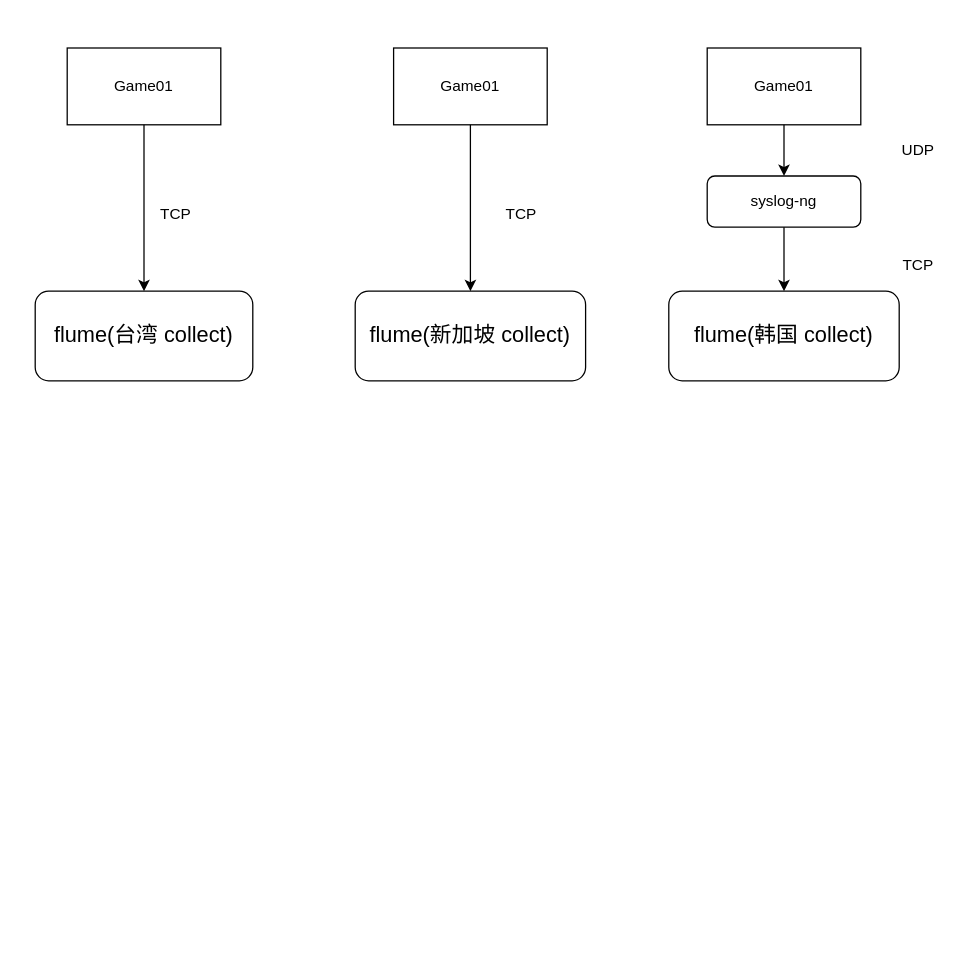
Earlier version of the draw.io diagram map/flume-architecture.drawio (imperio-wxm/draw). Source tidied: cells renumbered, new cells numbered last; positions are measured from the earlier drawing's top-left corner, leaving out a move shared by most shapes. Both pictures are drawn from the tidied source at 128%, with x=0, y=0 at pixel (35, 47).
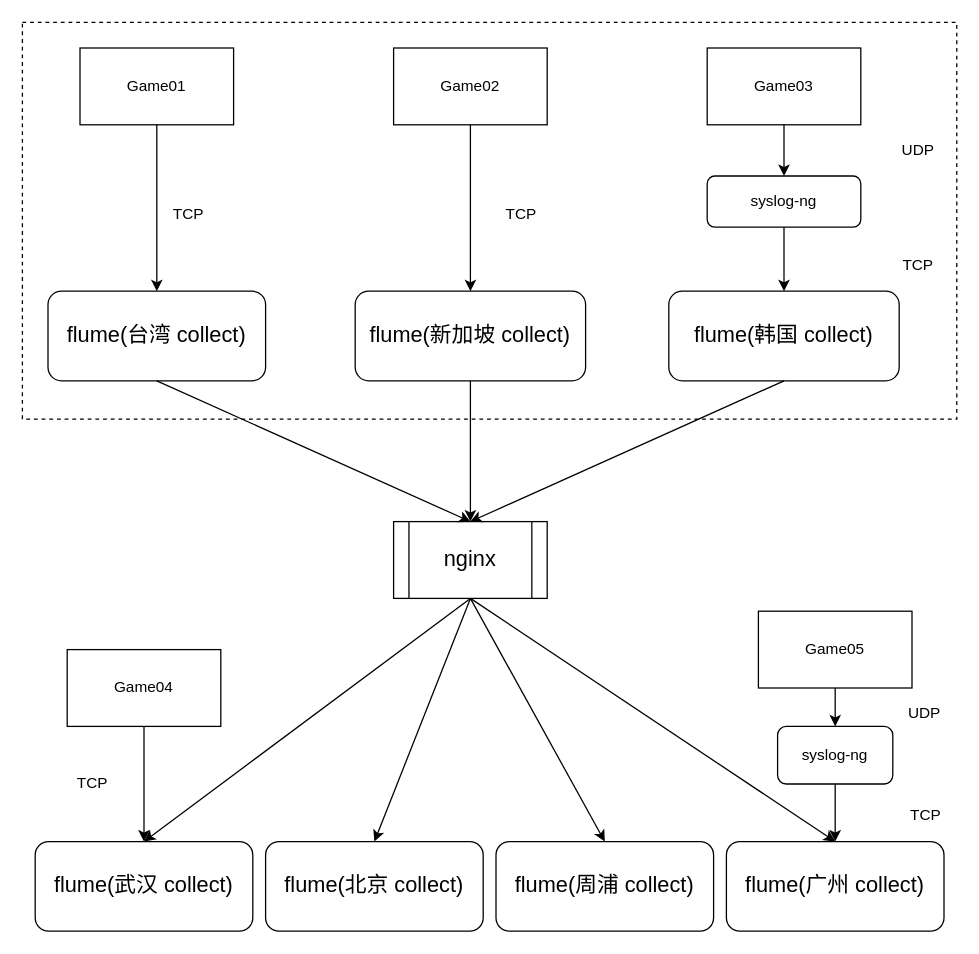
The same page after the edit.

Unchanged cells that the change refers to:
```xml
<mxCell id="3" value="&lt;font style=&quot;font-size: 17px&quot;&gt;flume(新加坡 collect)&lt;/font&gt;" style="rounded=1;whiteSpace=wrap;html=1;" parent="1" vertex="1">
  <mxGeometry x="250" y="190" width="180" height="70" as="geometry" />
</mxCell>
<mxCell id="4" value="&lt;font style=&quot;font-size: 17px&quot;&gt;flume(韩国 collect)&lt;/font&gt;" style="rounded=1;whiteSpace=wrap;html=1;" parent="1" vertex="1">
  <mxGeometry x="495" y="190" width="180" height="70" as="geometry" />
</mxCell>
```

What changed in the source:
```diff
@@
     <mxCell id="2" value="&lt;font style=&quot;font-size: 17px&quot;&gt;flume(台湾 collect)&lt;/font&gt;" style="rounded=1;whiteSpace=wrap;html=1;" parent="1" vertex="1">
-      <mxGeometry y="190" width="170" height="70" as="geometry" />
+      <mxGeometry x="10" y="190" width="170" height="70" as="geometry" />
     </mxCell>
@@
     <mxCell id="5" value="Game01" style="rounded=0;whiteSpace=wrap;html=1;" parent="1" vertex="1">
-      <mxGeometry x="25" width="120" height="60" as="geometry" />
+      <mxGeometry x="35" width="120" height="60" as="geometry" />
     </mxCell>
-    <mxCell id="6" value="Game01" style="rounded=0;whiteSpace=wrap;html=1;" parent="1" vertex="1">
+    <mxCell id="6" value="Game02" style="rounded=0;whiteSpace=wrap;html=1;" parent="1" vertex="1">
       <mxGeometry x="280" width="120" height="60" as="geometry" />
     </mxCell>
-    <mxCell id="7" value="Game01" style="rounded=0;whiteSpace=wrap;html=1;" parent="1" vertex="1">
+    <mxCell id="7" value="Game03" style="rounded=0;whiteSpace=wrap;html=1;" parent="1" vertex="1">
       <mxGeometry x="525" width="120" height="60" as="geometry" />
     </mxCell>
@@
     <mxCell id="13" value="TCP" style="text;html=1;strokeColor=none;fillColor=none;align=center;verticalAlign=middle;whiteSpace=wrap;rounded=0;" parent="1" vertex="1">
-      <mxGeometry x="90" y="120" width="40" height="20" as="geometry" />
+      <mxGeometry x="100" y="120" width="40" height="20" as="geometry" />
     </mxCell>
@@
+    <mxCell id="17" value="&lt;font style=&quot;font-size: 17px&quot;&gt;flume(武汉 collect)&lt;/font&gt;" style="rounded=1;whiteSpace=wrap;html=1;" parent="1" vertex="1">
+      <mxGeometry y="620" width="170" height="70" as="geometry" />
+    </mxCell>
+    <mxCell id="18" value="&lt;font style=&quot;font-size: 17px&quot;&gt;nginx&lt;/font&gt;" style="shape=process;whiteSpace=wrap;html=1;backgroundOutline=1;" parent="1" vertex="1">
+      <mxGeometry x="280" y="370" width="120" height="60" as="geometry" />
+    </mxCell>
+    <mxCell id="19" style="endArrow=classic;html=1;exitX=0.5;exitY=1;exitDx=0;exitDy=0;entryX=0.5;entryY=0;entryDx=0;entryDy=0;" parent="1" edge="1" source="2" target="18">
+      <mxGeometry relative="1" as="geometry" />
+    </mxCell>
+    <mxCell id="20" style="endArrow=classic;html=1;exitX=0.5;exitY=1;exitDx=0;exitDy=0;entryX=0.5;entryY=0;entryDx=0;entryDy=0;" parent="1" edge="1" source="3" target="18">
+      <mxGeometry relative="1" as="geometry" />
+    </mxCell>
+    <mxCell id="21" style="endArrow=classic;html=1;exitX=0.5;exitY=1;exitDx=0;exitDy=0;entryX=0.5;entryY=0;entryDx=0;entryDy=0;" parent="1" edge="1" source="4" target="18">
+      <mxGeometry relative="1" as="geometry" />
+    </mxCell>
+    <mxCell id="22" value="&lt;font style=&quot;font-size: 17px&quot;&gt;flume(北京 collect)&lt;/font&gt;" style="rounded=1;whiteSpace=wrap;html=1;" parent="1" vertex="1">
+      <mxGeometry x="180" y="620" width="170" height="70" as="geometry" />
+    </mxCell>
+    <mxCell id="23" value="&lt;font style=&quot;font-size: 17px&quot;&gt;flume(周浦 collect)&lt;/font&gt;" style="rounded=1;whiteSpace=wrap;html=1;" parent="1" vertex="1">
+      <mxGeometry x="360" y="620" width="170" height="70" as="geometry" />
+    </mxCell>
+    <mxCell id="24" value="&lt;font style=&quot;font-size: 17px&quot;&gt;flume(广州 collect)&lt;/font&gt;" style="rounded=1;whiteSpace=wrap;html=1;" parent="1" vertex="1">
+      <mxGeometry x="540" y="620" width="170" height="70" as="geometry" />
+    </mxCell>
+    <mxCell id="25" style="endArrow=classic;html=1;exitX=0.5;exitY=1;exitDx=0;exitDy=0;entryX=0.5;entryY=0;entryDx=0;entryDy=0;" parent="1" edge="1" source="18" target="17">
+      <mxGeometry relative="1" as="geometry" />
+    </mxCell>
+    <mxCell id="26" style="endArrow=classic;html=1;entryX=0.5;entryY=0;entryDx=0;entryDy=0;" parent="1" edge="1" target="22">
+      <mxGeometry relative="1" as="geometry">
+        <mxPoint x="340" y="430" as="sourcePoint" />
+      </mxGeometry>
+    </mxCell>
+    <mxCell id="27" style="endArrow=classic;html=1;entryX=0.5;entryY=0;entryDx=0;entryDy=0;exitX=0.5;exitY=1;exitDx=0;exitDy=0;" parent="1" edge="1" source="18" target="23">
+      <mxGeometry relative="1" as="geometry" />
+    </mxCell>
+    <mxCell id="28" style="endArrow=classic;html=1;exitX=0.5;exitY=1;exitDx=0;exitDy=0;entryX=0.5;entryY=0;entryDx=0;entryDy=0;" parent="1" edge="1" source="18" target="24">
+      <mxGeometry relative="1" as="geometry" />
+    </mxCell>
+    <mxCell id="29" value="Game04" style="rounded=0;whiteSpace=wrap;html=1;" parent="1" vertex="1">
+      <mxGeometry x="25" y="470" width="120" height="60" as="geometry" />
+    </mxCell>
+    <mxCell id="30" style="endArrow=classic;html=1;exitX=0.5;exitY=1;exitDx=0;exitDy=0;" parent="1" edge="1" source="29" target="17">
+      <mxGeometry relative="1" as="geometry" />
+    </mxCell>
+    <mxCell id="31" value="TCP" style="text;html=1;strokeColor=none;fillColor=none;align=center;verticalAlign=middle;whiteSpace=wrap;rounded=0;" parent="1" vertex="1">
+      <mxGeometry x="25" y="565" width="40" height="20" as="geometry" />
+    </mxCell>
+    <mxCell id="32" value="Game05" style="rounded=0;whiteSpace=wrap;html=1;" parent="1" vertex="1">
+      <mxGeometry x="565" y="440" width="120" height="60" as="geometry" />
+    </mxCell>
+    <mxCell id="33" value="syslog-ng" style="rounded=1;whiteSpace=wrap;html=1;" parent="1" vertex="1">
+      <mxGeometry x="580" y="530" width="90" height="45" as="geometry" />
+    </mxCell>
+    <mxCell id="34" style="endArrow=classic;html=1;exitX=0.5;exitY=1;exitDx=0;exitDy=0;entryX=0.5;entryY=0;entryDx=0;entryDy=0;" parent="1" edge="1" source="33" target="24">
+      <mxGeometry relative="1" as="geometry" />
+    </mxCell>
+    <mxCell id="35" style="endArrow=classic;html=1;exitX=0.5;exitY=1;exitDx=0;exitDy=0;" parent="1" edge="1" source="32" target="33">
+      <mxGeometry relative="1" as="geometry" />
+    </mxCell>
+    <mxCell id="36" value="UDP" style="text;html=1;strokeColor=none;fillColor=none;align=center;verticalAlign=middle;whiteSpace=wrap;rounded=0;" parent="1" vertex="1">
+      <mxGeometry x="675" y="510" width="40" height="20" as="geometry" />
+    </mxCell>
+    <mxCell id="37" value="TCP" style="text;html=1;strokeColor=none;fillColor=none;align=center;verticalAlign=middle;whiteSpace=wrap;rounded=0;" parent="1" vertex="1">
+      <mxGeometry x="676" y="590" width="40" height="20" as="geometry" />
+    </mxCell>
+    <mxCell id="38" style="rounded=0;whiteSpace=wrap;html=1;fillColor=none;dashed=1;strokeWidth=1;" parent="1" vertex="1">
+      <mxGeometry x="-10" y="-20" width="730" height="310" as="geometry" />
+    </mxCell>
```
